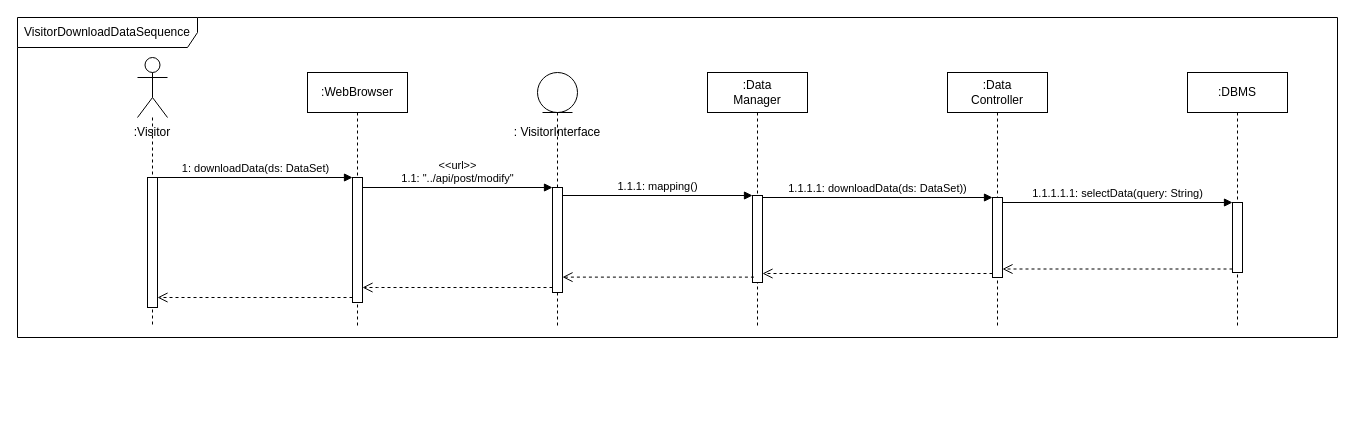
Before: page "VisitorDownloadData" (17 of 18) of DD Diagrams/RunTimeViewDiagram.drawio in matteovisotto/SE2-CecchettoSirianiVisotto, a draw.io diagram. Source tidied: cells renumbered, new cells numbered last; positions are measured from the earlier drawing's top-left corner, leaving out a move shared by most shapes. Both pictures are drawn from the tidied source at 100%, with x=0, y=0 at pixel (17, 17).
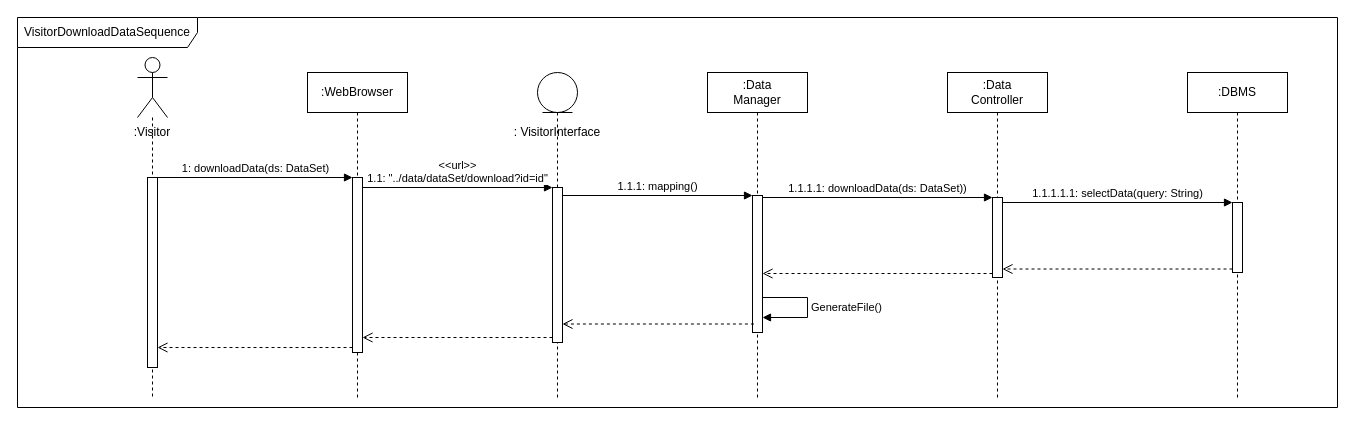
Above is the later version.

Diff of the diagram source:
```diff
@@
     <mxCell id="2" value="VisitorDownloadDataSequence" style="shape=umlFrame;whiteSpace=wrap;html=1;width=180;height=30;" parent="1" vertex="1">
-      <mxGeometry width="1320" height="320" as="geometry" />
+      <mxGeometry width="1320" height="390" as="geometry" />
     </mxCell>
     <mxCell id="3" value=":DBMS" style="shape=umlLifeline;perimeter=lifelinePerimeter;whiteSpace=wrap;html=1;" parent="1" vertex="1">
-      <mxGeometry x="1170" y="55" width="100" height="255" as="geometry" />
+      <mxGeometry x="1170" y="55" width="100" height="325" as="geometry" />
     </mxCell>
@@
     <mxCell id="5" value=":Data&lt;br&gt;Controller" style="shape=umlLifeline;perimeter=lifelinePerimeter;whiteSpace=wrap;html=1;" parent="1" vertex="1">
-      <mxGeometry x="930" y="55" width="100" height="255" as="geometry" />
+      <mxGeometry x="930" y="55" width="100" height="325" as="geometry" />
     </mxCell>
@@
     <mxCell id="7" value=":Data&lt;br&gt;Manager" style="shape=umlLifeline;perimeter=lifelinePerimeter;whiteSpace=wrap;html=1;" parent="1" vertex="1">
-      <mxGeometry x="690" y="55" width="100" height="255" as="geometry" />
+      <mxGeometry x="690" y="55" width="100" height="325" as="geometry" />
     </mxCell>
     <mxCell id="8" style="html=1;points=[];perimeter=orthogonalPerimeter;" parent="7" vertex="1">
-      <mxGeometry x="45" y="123" width="10" height="87" as="geometry" />
+      <mxGeometry x="45" y="123" width="10" height="137" as="geometry" />
     </mxCell>
+    <mxCell id="27" value="GenerateFile()" style="edgeStyle=orthogonalEdgeStyle;html=1;align=left;spacingLeft=2;endArrow=block;rounded=0;" parent="7" edge="1" source="8" target="8">
+      <mxGeometry relative="1" as="geometry">
+        <Array as="points">
+          <mxPoint x="100" y="225" />
+          <mxPoint x="100" y="245" />
+        </Array>
+      </mxGeometry>
+    </mxCell>
     <mxCell id="9" style="shape=umlLifeline;participant=umlEntity;perimeter=lifelinePerimeter;whiteSpace=wrap;html=1;verticalAlign=top;spacingTop=36;" parent="1" vertex="1">
-      <mxGeometry x="520" y="55" width="40" height="255" as="geometry" />
+      <mxGeometry x="520" y="55" width="40" height="325" as="geometry" />
     </mxCell>
     <mxCell id="10" style="html=1;points=[];perimeter=orthogonalPerimeter;" parent="9" vertex="1">
-      <mxGeometry x="15" y="115" width="10" height="105" as="geometry" />
+      <mxGeometry x="15" y="115" width="10" height="155" as="geometry" />
     </mxCell>
     <mxCell id="11" value=":WebBrowser" style="shape=umlLifeline;perimeter=lifelinePerimeter;whiteSpace=wrap;html=1;" parent="1" vertex="1">
-      <mxGeometry x="290" y="55" width="100" height="255" as="geometry" />
+      <mxGeometry x="290" y="55" width="100" height="325" as="geometry" />
     </mxCell>
     <mxCell id="12" style="html=1;points=[];perimeter=orthogonalPerimeter;" parent="11" vertex="1">
-      <mxGeometry x="45" y="105" width="10" height="125" as="geometry" />
+      <mxGeometry x="45" y="105" width="10" height="175" as="geometry" />
     </mxCell>
     <mxCell id="13" style="shape=umlLifeline;participant=umlActor;perimeter=lifelinePerimeter;whiteSpace=wrap;html=1;verticalAlign=top;spacingTop=36;fontFamily=Helvetica;fontSize=12;fontColor=rgb(0, 0, 0);align=center;strokeColor=rgb(0, 0, 0);fillColor=rgb(255, 255, 255);size=60;" parent="1" vertex="1">
-      <mxGeometry x="120" y="40" width="30" height="270" as="geometry" />
+      <mxGeometry x="120" y="40" width="30" height="340" as="geometry" />
     </mxCell>
     <mxCell id="14" style="html=1;points=[];perimeter=orthogonalPerimeter;" parent="13" vertex="1">
-      <mxGeometry x="10" y="120" width="10" height="130" as="geometry" />
+      <mxGeometry x="10" y="120" width="10" height="190" as="geometry" />
     </mxCell>
@@
-    <mxCell id="18" value="&amp;lt;&amp;lt;url&amp;gt;&amp;gt;&lt;br&gt;1.1: &quot;../api/post/modify&quot;" style="html=1;verticalAlign=bottom;endArrow=block;entryX=0;entryY=0;rounded=0;" parent="1" edge="1" source="12" target="10">
+    <mxCell id="18" value="&amp;lt;&amp;lt;url&amp;gt;&amp;gt;&lt;br&gt;1.1: &quot;../data/dataSet/download?id=id&quot;" style="html=1;verticalAlign=bottom;endArrow=block;entryX=0;entryY=0;rounded=0;" parent="1" edge="1" source="12" target="10">
       <mxGeometry relative="1" as="geometry" />
     </mxCell>
@@
     <mxCell id="23" style="html=1;verticalAlign=bottom;endArrow=open;dashed=1;endSize=8;rounded=0;" parent="1" edge="1" source="10" target="12">
       <mxGeometry relative="1" as="geometry">
         <Array as="points">
-          <mxPoint x="360" y="270" />
+          <mxPoint x="370" y="320" />
         </Array>
       </mxGeometry>
     </mxCell>
     <mxCell id="24" style="html=1;verticalAlign=bottom;endArrow=open;dashed=1;endSize=8;rounded=0;" parent="1" edge="1" source="12" target="14">
       <mxGeometry relative="1" as="geometry">
         <Array as="points">
-          <mxPoint x="170" y="280" />
+          <mxPoint x="180" y="330" />
         </Array>
       </mxGeometry>
     </mxCell>
```
